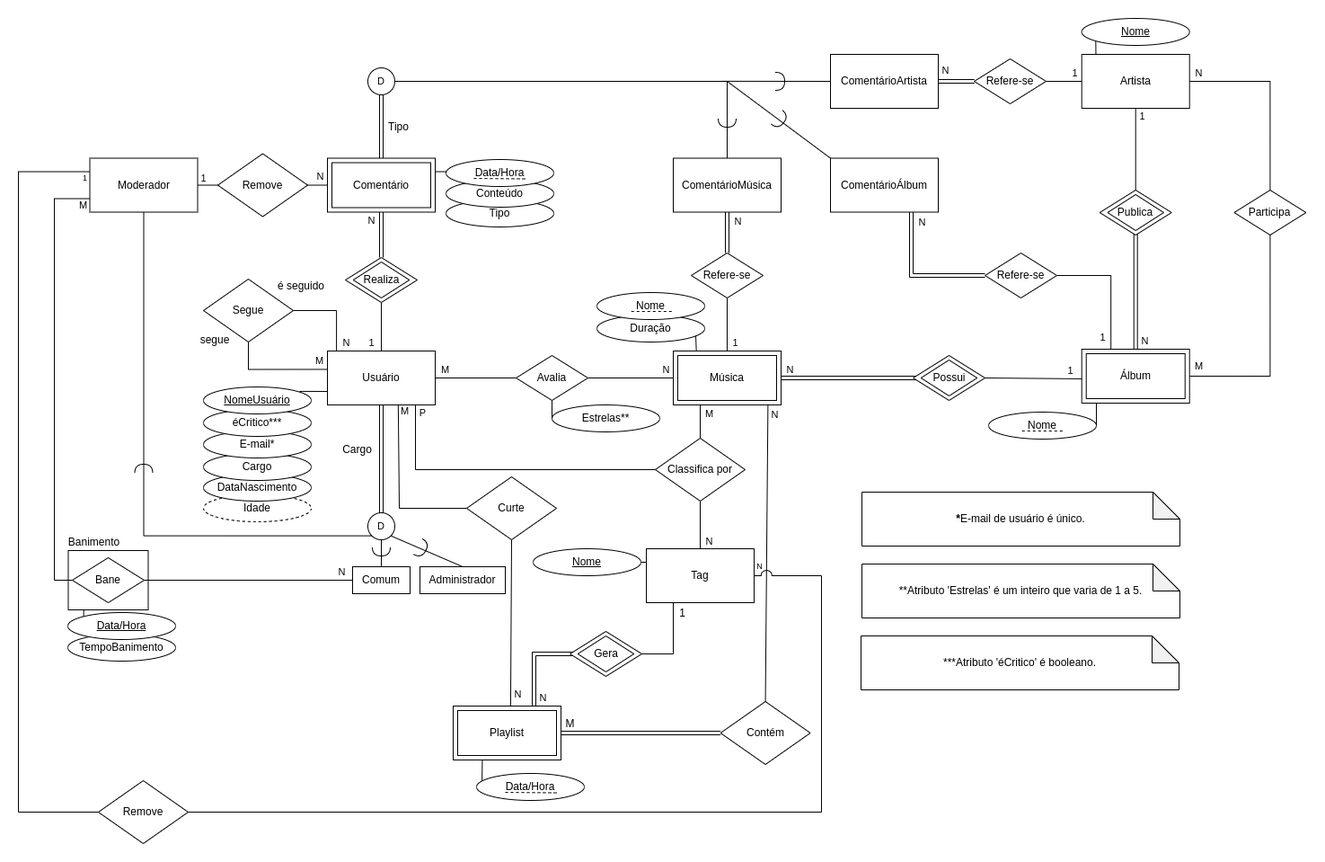
The draw.io diagram Rotten-Lemons-MER.png in natan-dot-com/Rotten-Lemons, before a commit. Source tidied: cells renumbered, new cells last; positions are measured from the earlier drawing's top-left corner, leaving out a move shared by most shapes.
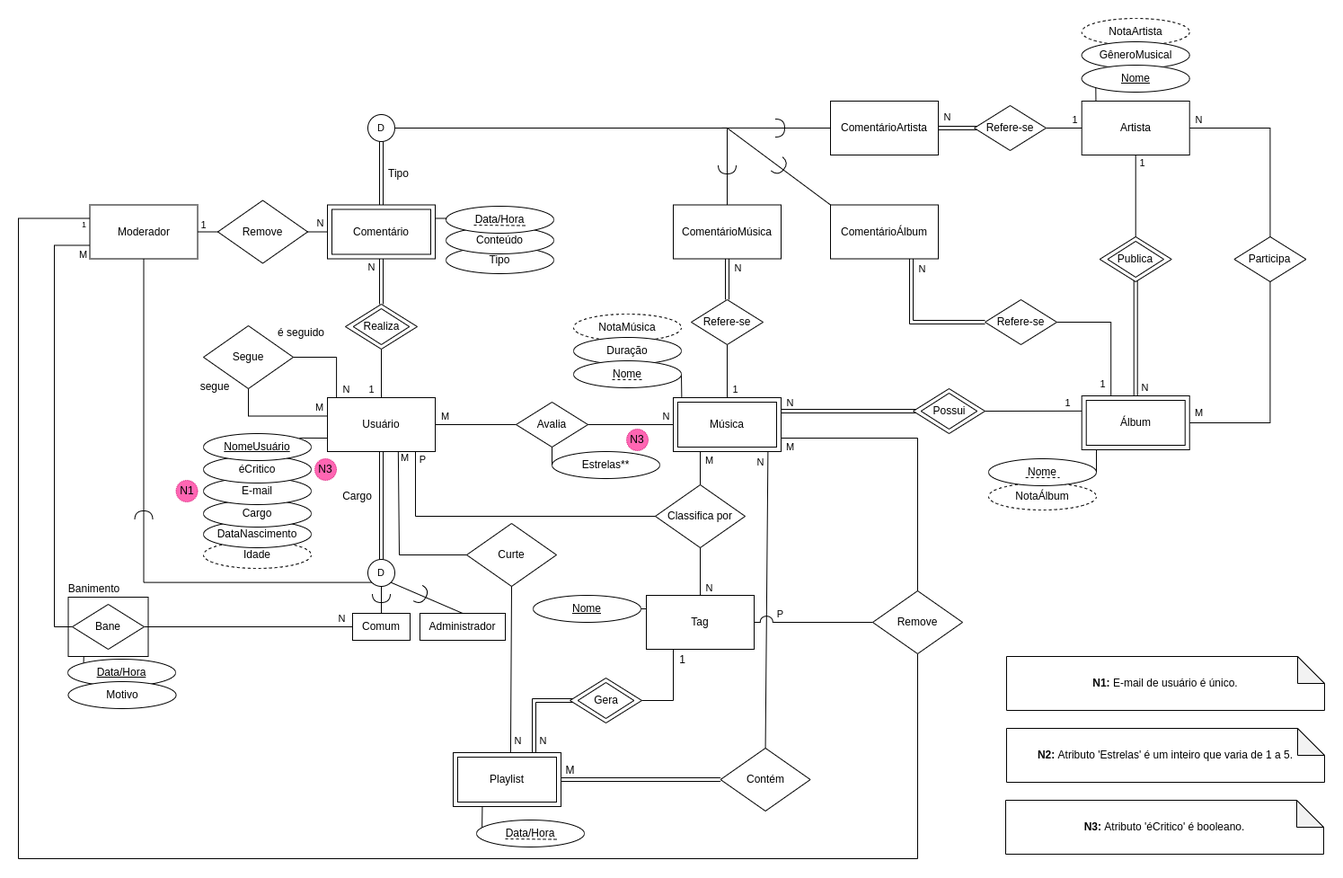
The same file after the commit.

What changed in the source:
```diff
@@ -2,6 +2,18 @@
   <root>
     <mxCell id="0" />
     <mxCell id="1" parent="0" />
+    <mxCell id="160" value="NotaMúsica" style="ellipse;whiteSpace=wrap;html=1;dashed=1;" parent="1" vertex="1">
+      <mxGeometry x="618" y="277" width="120" height="30" as="geometry" />
+    </mxCell>
+    <mxCell id="161" value="&lt;div&gt;NotaÁlbum&lt;/div&gt;" style="ellipse;whiteSpace=wrap;html=1;dashed=1;" parent="1" vertex="1">
+      <mxGeometry x="1080" y="465" width="120" height="30" as="geometry" />
+    </mxCell>
+    <mxCell id="162" value="NotaArtista" style="ellipse;whiteSpace=wrap;html=1;dashed=1;" parent="1" vertex="1">
+      <mxGeometry x="1183.7" y="-52" width="120" height="30" as="geometry" />
+    </mxCell>
+    <mxCell id="163" value="GêneroMusical" style="ellipse;whiteSpace=wrap;html=1;" parent="1" vertex="1">
+      <mxGeometry x="1183.7" y="-26" width="120" height="30" as="geometry" />
+    </mxCell>
     <mxCell id="2" style="rounded=0;jettySize=auto;html=1;entryX=0;entryY=0;entryDx=0;entryDy=0;endArrow=none;endFill=0;exitX=0.194;exitY=0.997;exitDx=0;exitDy=0;exitPerimeter=0;" parent="1" edge="1" source="3" target="159">
       <mxGeometry relative="1" as="geometry" />
     </mxCell>
@@ -25,7 +37,7 @@
     </mxCell>
     <mxCell id="9" value="N" style="edgeLabel;html=1;align=center;verticalAlign=middle;" parent="8" vertex="1">
       <mxGeometry x="-0.9" y="2" relative="1" as="geometry">
-        <mxPoint x="5" y="-1" as="offset" />
+        <mxPoint x="-11" as="offset" />
       </mxGeometry>
     </mxCell>
     <mxCell id="10" value="DataNascimento" style="ellipse;whiteSpace=wrap;html=1;" parent="1" vertex="1">
@@ -40,7 +52,7 @@
     <mxCell id="13" style="rounded=0;whiteSpace=wrap;html=1;glass=0;fontFamily=Helvetica;fontSize=11;fontColor=#000000;strokeWidth=1;fillColor=default;gradientColor=none;strokeColor=none;imageHeight=24;" parent="1" vertex="1">
       <mxGeometry x="639" y="37" width="30" height="6" as="geometry" />
     </mxCell>
-    <mxCell id="14" style="endArrow=none;html=1;rounded=0;entryX=0;entryY=0.5;entryDx=0;entryDy=0;exitX=1;exitY=0.5;exitDx=0;exitDy=0;shape=link;" parent="1" edge="1" source="61" target="45">
+    <mxCell id="14" style="endArrow=none;html=1;rounded=0;entryX=0;entryY=0.5;entryDx=0;entryDy=0;exitX=1;exitY=0.25;exitDx=0;exitDy=0;shape=link;" parent="1" edge="1" source="61" target="45">
       <mxGeometry relative="1" as="geometry" />
     </mxCell>
     <mxCell id="15" value="&lt;div&gt;N&lt;/div&gt;" style="edgeLabel;html=1;align=center;verticalAlign=middle;" parent="14" vertex="1">
@@ -51,13 +63,13 @@
     <mxCell id="16" value="Cargo" style="ellipse;whiteSpace=wrap;html=1;" parent="1" vertex="1">
       <mxGeometry x="206" y="484" width="120" height="30" as="geometry" />
     </mxCell>
-    <mxCell id="17" value="&lt;div&gt;E-mail*&lt;/div&gt;" style="ellipse;whiteSpace=wrap;html=1;" parent="1" vertex="1">
+    <mxCell id="17" value="&lt;div&gt;E-mail&lt;/div&gt;" style="ellipse;whiteSpace=wrap;html=1;" parent="1" vertex="1">
       <mxGeometry x="206" y="459" width="120" height="30" as="geometry" />
     </mxCell>
     <mxCell id="18" value="&lt;div&gt;Usuário&lt;/div&gt;" style="rounded=0;whiteSpace=wrap;html=1;" parent="1" vertex="1">
       <mxGeometry x="344" y="370" width="120" height="60" as="geometry" />
     </mxCell>
-    <mxCell id="19" value="&lt;div&gt;éCritico***&lt;/div&gt;" style="ellipse;whiteSpace=wrap;html=1;" parent="1" vertex="1">
+    <mxCell id="19" value="&lt;div&gt;éCritico&lt;/div&gt;" style="ellipse;whiteSpace=wrap;html=1;" parent="1" vertex="1">
       <mxGeometry x="206" y="435" width="120" height="30" as="geometry" />
     </mxCell>
     <mxCell id="20" value="&lt;u&gt;NomeUsuário&lt;/u&gt;" style="ellipse;whiteSpace=wrap;html=1;" parent="1" vertex="1">
@@ -86,10 +98,13 @@
       </mxGeometry>
     </mxCell>
     <mxCell id="27" value="Duração" style="ellipse;whiteSpace=wrap;html=1;" parent="1" vertex="1">
-      <mxGeometry x="644" y="330" width="120" height="30" as="geometry" />
+      <mxGeometry x="618" y="303" width="120" height="30" as="geometry" />
     </mxCell>
-    <mxCell id="28" style="endArrow=none;html=1;rounded=0;exitX=0.917;exitY=0.767;exitDx=0;exitDy=0;exitPerimeter=0;entryX=0.214;entryY=0.005;entryDx=0;entryDy=0;entryPerimeter=0;" parent="1" edge="1" source="27" target="61">
-      <mxGeometry relative="1" as="geometry" />
+    <mxCell id="28" style="endArrow=none;html=1;rounded=0;" parent="1" edge="1">
+      <mxGeometry relative="1" as="geometry">
+        <mxPoint x="667" y="335" as="sourcePoint" />
+        <mxPoint x="719" y="336" as="targetPoint" />
+      </mxGeometry>
     </mxCell>
     <mxCell id="29" value="&lt;div&gt;Estrelas**&lt;/div&gt;" style="ellipse;whiteSpace=wrap;html=1;" parent="1" vertex="1">
       <mxGeometry x="594" y="430" width="120" height="30" as="geometry" />
@@ -115,20 +130,6 @@
         <mxPoint x="8" y="28" as="offset" />
       </mxGeometry>
     </mxCell>
-    <mxCell id="35" style="edgeStyle=orthogonalEdgeStyle;rounded=0;jettySize=auto;html=1;exitX=1;exitY=0.5;exitDx=0;exitDy=0;entryX=1;entryY=0.5;entryDx=0;entryDy=0;fontSize=12;endArrow=none;endFill=0;jumpStyle=arc;jumpSize=12;" parent="1" edge="1" source="37" target="152">
-      <mxGeometry relative="1" as="geometry">
-        <Array as="points">
-          <mxPoint x="894" y="620" />
-          <mxPoint x="894" y="883" />
-          <mxPoint x="189" y="883" />
-        </Array>
-      </mxGeometry>
-    </mxCell>
-    <mxCell id="36" value="N" style="edgeLabel;html=1;align=center;verticalAlign=middle;fontSize=9;" parent="35" vertex="1">
-      <mxGeometry x="-0.99" y="2" relative="1" as="geometry">
-        <mxPoint x="-2" y="-9" as="offset" />
-      </mxGeometry>
-    </mxCell>
     <mxCell id="37" value="&lt;div&gt;Tag&lt;/div&gt;" style="rounded=0;whiteSpace=wrap;html=1;" parent="1" vertex="1">
       <mxGeometry x="699" y="590" width="120" height="60" as="geometry" />
     </mxCell>
@@ -142,12 +143,10 @@
       <mxGeometry relative="1" as="geometry" />
     </mxCell>
     <mxCell id="41" value="&lt;div&gt;Avalia&lt;/div&gt;" style="rhombus;whiteSpace=wrap;html=1;" parent="1" vertex="1">
-      <mxGeometry x="996" y="375" width="80" height="50" as="geometry" />
+      <mxGeometry x="996" y="360" width="80" height="50" as="geometry" />
     </mxCell>
-    <mxCell id="42" style="endArrow=none;html=1;rounded=0;entryX=0;entryY=0.5;entryDx=0;entryDy=0;exitX=1;exitY=0.5;exitDx=0;exitDy=0;" parent="1" edge="1" source="41">
-      <mxGeometry relative="1" as="geometry">
-        <mxPoint x="1187.4" y="401" as="targetPoint" />
-      </mxGeometry>
+    <mxCell id="42" style="endArrow=none;html=1;rounded=0;exitX=1;exitY=0.5;exitDx=0;exitDy=0;entryX=0.001;entryY=0.281;entryDx=0;entryDy=0;entryPerimeter=0;" parent="1" edge="1" source="41" target="136">
+      <mxGeometry relative="1" as="geometry" />
     </mxCell>
     <mxCell id="43" value="&lt;div&gt;N&lt;/div&gt;" style="edgeLabel;html=1;align=center;verticalAlign=middle;" parent="42" vertex="1">
       <mxGeometry x="0.37" y="1" relative="1" as="geometry">
@@ -160,7 +159,7 @@
       </mxGeometry>
     </mxCell>
     <mxCell id="45" value="&lt;div&gt;Possui&lt;/div&gt;" style="rhombus;whiteSpace=wrap;html=1;" parent="1" vertex="1">
-      <mxGeometry x="1004.8" y="380" width="62.5" height="40" as="geometry" />
+      <mxGeometry x="1004.8" y="365" width="62.5" height="40" as="geometry" />
     </mxCell>
     <mxCell id="46" value="Artista" style="rounded=0;whiteSpace=wrap;html=1;" parent="1" vertex="1">
       <mxGeometry x="1183.7" y="40" width="120" height="60" as="geometry" />
@@ -202,19 +201,10 @@
     </mxCell>
     <mxCell id="56" style="endArrow=none;dashed=1;html=1;rounded=0;" parent="1" edge="1">
       <mxGeometry relative="1" as="geometry">
-        <mxPoint x="1117.3" y="459" as="sourcePoint" />
-        <mxPoint x="1164.7" y="459" as="targetPoint" />
+        <mxPoint x="1121.2" y="459" as="sourcePoint" />
+        <mxPoint x="1158.9" y="459" as="targetPoint" />
       </mxGeometry>
     </mxCell>
-    <mxCell id="57" style="endArrow=none;dashed=1;html=1;rounded=0;" parent="1" edge="1">
-      <mxGeometry relative="1" as="geometry">
-        <mxPoint x="681.6" y="325" as="sourcePoint" />
-        <mxPoint x="729" y="325" as="targetPoint" />
-        <Array as="points">
-          <mxPoint x="696.6" y="325" />
-        </Array>
-      </mxGeometry>
-    </mxCell>
     <mxCell id="58" style="edgeStyle=none;rounded=0;jettySize=auto;html=1;endArrow=none;endFill=0;exitX=0;exitY=0.5;exitDx=0;exitDy=0;" parent="1" edge="1" source="32">
       <mxGeometry relative="1" as="geometry">
         <mxPoint x="442" y="430" as="targetPoint" />
@@ -246,13 +236,16 @@
     <mxCell id="65" value="Publica" style="rhombus;whiteSpace=wrap;html=1;" parent="63" vertex="1">
       <mxGeometry x="8.8" y="5" width="62.5" height="40" as="geometry" />
     </mxCell>
+    <mxCell id="164" style="edgeStyle=orthogonalEdgeStyle;rounded=0;jumpStyle=arc;jumpSize=14;jettySize=auto;html=1;exitX=1;exitY=0.5;exitDx=0;exitDy=0;entryX=0.078;entryY=-0.004;entryDx=0;entryDy=0;entryPerimeter=0;endArrow=none;endFill=0;" parent="1" edge="1" source="66" target="61">
+      <mxGeometry relative="1" as="geometry" />
+    </mxCell>
     <mxCell id="66" value="Nome" style="ellipse;whiteSpace=wrap;html=1;" parent="1" vertex="1">
-      <mxGeometry x="644" y="305" width="120" height="30" as="geometry" />
+      <mxGeometry x="618" y="329" width="120" height="30" as="geometry" />
     </mxCell>
     <mxCell id="67" style="endArrow=none;dashed=1;html=1;rounded=0;" parent="1" edge="1">
       <mxGeometry relative="1" as="geometry">
-        <mxPoint x="682.3" y="326" as="sourcePoint" />
-        <mxPoint x="729.7" y="326" as="targetPoint" />
+        <mxPoint x="661" y="350" as="sourcePoint" />
+        <mxPoint x="695" y="350" as="targetPoint" />
       </mxGeometry>
     </mxCell>
     <mxCell id="68" style="edgeStyle=none;rounded=0;jettySize=auto;html=1;exitX=0.5;exitY=1;exitDx=0;exitDy=0;entryX=0.5;entryY=0;entryDx=0;entryDy=0;labelBackgroundColor=default;fontFamily=Helvetica;fontSize=11;fontColor=#000000;endArrow=none;endFill=0;strokeColor=default;" parent="1" edge="1" source="71" target="74">
@@ -279,8 +272,8 @@
     <mxCell id="75" value="Cargo" style="text;html=1;align=center;verticalAlign=middle;strokeColor=none;fillColor=none;fontSize=12;fontFamily=Helvetica;fontColor=#000000;" parent="1" vertex="1">
       <mxGeometry x="354" y="471" width="45" height="18" as="geometry" />
     </mxCell>
-    <mxCell id="76" value="&lt;div align=&quot;left&quot;&gt;&lt;b&gt;&lt;font style=&quot;font-size: 12px;&quot;&gt;*&lt;/font&gt;&lt;/b&gt;&lt;span&gt;E-mail de usuário é único.&lt;/span&gt;&lt;br&gt;&lt;/div&gt;" style="shape=note;whiteSpace=wrap;html=1;backgroundOutline=1;darkOpacity=0.05;" parent="1" vertex="1">
-      <mxGeometry x="939" y="527" width="354" height="60" as="geometry" />
+    <mxCell id="76" value="&lt;div align=&quot;left&quot;&gt;&lt;b&gt;N1:&amp;nbsp;&lt;/b&gt;E-mail de usuário é único.&lt;br&gt;&lt;/div&gt;" style="shape=note;whiteSpace=wrap;html=1;backgroundOutline=1;darkOpacity=0.05;" parent="1" vertex="1">
+      <mxGeometry x="1100" y="658" width="354" height="60" as="geometry" />
     </mxCell>
     <mxCell id="77" value="&lt;div align=&quot;center&quot;&gt;Curte&lt;/div&gt;" style="rhombus;whiteSpace=wrap;html=1;rounded=0;strokeWidth=1;align=center;" parent="1" vertex="1">
       <mxGeometry x="499" y="510" width="100" height="70" as="geometry" />
@@ -356,7 +349,7 @@
       <mxGeometry x="489" y="770" width="110" height="50" as="geometry" />
     </mxCell>
     <mxCell id="96" value="N" style="endArrow=none;html=1;rounded=0;exitX=0.75;exitY=0;exitDx=0;exitDy=0;entryX=0;entryY=0.5;entryDx=0;entryDy=0;shape=link;edgeStyle=orthogonalEdgeStyle;" parent="1" edge="1" source="94" target="100">
-      <mxGeometry x="-0.83" y="-10" relative="1" as="geometry" />
+      <mxGeometry x="-0.76" y="-10" relative="1" as="geometry" />
     </mxCell>
     <mxCell id="97" style="edgeStyle=orthogonalEdgeStyle;rounded=0;jettySize=auto;html=1;exitX=1;exitY=0.5;exitDx=0;exitDy=0;entryX=0.25;entryY=1;entryDx=0;entryDy=0;fontSize=12;endArrow=none;endFill=0;" parent="1" edge="1" source="99" target="37">
       <mxGeometry relative="1" as="geometry" />
@@ -405,19 +398,20 @@
       <mxGeometry x="444" y="580" width="10" height="20" as="geometry" />
     </mxCell>
     <mxCell id="109" value="M" style="edgeStyle=orthogonalEdgeStyle;rounded=0;jettySize=auto;html=1;exitX=0;exitY=0.75;exitDx=0;exitDy=0;entryX=0;entryY=0.5;entryDx=0;entryDy=0;endArrow=none;endFill=0;strokeWidth=1;" parent="1" edge="1" source="112" target="149">
-      <mxGeometry x="-0.97" y="7" relative="1" as="geometry" />
+      <mxGeometry x="-0.97" y="10" relative="1" as="geometry" />
     </mxCell>
-    <mxCell id="110" style="edgeStyle=orthogonalEdgeStyle;rounded=0;jumpStyle=arc;jettySize=auto;html=1;exitX=0;exitY=0.25;exitDx=0;exitDy=0;entryX=0;entryY=0.5;entryDx=0;entryDy=0;fontSize=12;endArrow=none;endFill=0;" parent="1" edge="1" source="112" target="152">
+    <mxCell id="110" style="edgeStyle=orthogonalEdgeStyle;rounded=0;jumpStyle=arc;jettySize=auto;html=1;exitX=0;exitY=0.25;exitDx=0;exitDy=0;entryX=0.5;entryY=1;entryDx=0;entryDy=0;fontSize=12;endArrow=none;endFill=0;" parent="1" edge="1" source="112" target="152">
       <mxGeometry relative="1" as="geometry">
         <Array as="points">
-          <mxPoint y="170" />
+          <mxPoint y="171" />
           <mxPoint y="883" />
+          <mxPoint x="1001" y="883" />
         </Array>
       </mxGeometry>
     </mxCell>
     <mxCell id="111" value="1" style="edgeLabel;html=1;align=center;verticalAlign=middle;fontSize=9;" parent="110" vertex="1">
       <mxGeometry x="-0.98" y="-1" relative="1" as="geometry">
-        <mxPoint x="2" y="8" as="offset" />
+        <mxPoint x="10" y="8" as="offset" />
       </mxGeometry>
     </mxCell>
     <mxCell id="112" value="&lt;div&gt;Moderador&lt;/div&gt;" style="rounded=0;whiteSpace=wrap;html=1;" parent="1" vertex="1">
@@ -512,7 +506,7 @@
     <mxCell id="139" style="edgeStyle=orthogonalEdgeStyle;rounded=0;jettySize=auto;html=1;entryX=1;entryY=0.5;entryDx=0;entryDy=0;endArrow=none;endFill=0;shape=link;" parent="1" edge="1" source="141" target="131">
       <mxGeometry relative="1" as="geometry" />
     </mxCell>
-    <mxCell id="140" value="N" style="edgeStyle=orthogonalEdgeStyle;shape=link;rounded=0;jettySize=auto;html=1;endArrow=none;endFill=0;" parent="1" edge="1" source="141" target="131">
+    <mxCell id="140" value="N" style="edgeStyle=orthogonalEdgeStyle;shape=link;rounded=0;jettySize=auto;html=1;endArrow=none;endFill=0;exitX=0.112;exitY=0.5;exitDx=0;exitDy=0;exitPerimeter=0;" parent="1" edge="1" source="141" target="131">
       <mxGeometry x="0.6" y="-12" relative="1" as="geometry" />
     </mxCell>
     <mxCell id="141" value="&lt;div&gt;Refere-se&lt;/div&gt;" style="rhombus;whiteSpace=wrap;html=1;" parent="1" vertex="1">
@@ -545,14 +539,22 @@
     <mxCell id="150" value="&lt;font style=&quot;font-size: 11px;&quot;&gt;N&lt;/font&gt;" style="edgeStyle=orthogonalEdgeStyle;rounded=0;jettySize=auto;html=1;exitX=0.5;exitY=1;exitDx=0;exitDy=0;entryX=0.5;entryY=0;entryDx=0;entryDy=0;fontSize=12;endArrow=none;endFill=0;shape=link;" parent="1" edge="1" source="116" target="114">
       <mxGeometry x="-0.62" y="-11" relative="1" as="geometry" />
     </mxCell>
-    <mxCell id="151" value="&lt;div align=&quot;left&quot;&gt;**Atributo 'Estrelas' é um inteiro que varia de 1 a 5.&lt;/div&gt;" style="shape=note;whiteSpace=wrap;html=1;backgroundOutline=1;darkOpacity=0.05;" parent="1" vertex="1">
-      <mxGeometry x="939" y="607" width="354" height="60" as="geometry" />
+    <mxCell id="151" value="&lt;div align=&quot;left&quot;&gt;&lt;b&gt;N2:&lt;/b&gt; Atributo 'Estrelas' é um inteiro que varia de 1 a 5.&lt;/div&gt;" style="shape=note;whiteSpace=wrap;html=1;backgroundOutline=1;darkOpacity=0.05;" parent="1" vertex="1">
+      <mxGeometry x="1100" y="738" width="354" height="60" as="geometry" />
     </mxCell>
+    <mxCell id="165" style="edgeStyle=orthogonalEdgeStyle;rounded=0;jettySize=auto;html=1;exitX=0;exitY=0.5;exitDx=0;exitDy=0;entryX=1;entryY=0.5;entryDx=0;entryDy=0;jumpSize=14;jumpStyle=arc;endArrow=none;endFill=0;" parent="1" edge="1" source="152" target="37">
+      <mxGeometry relative="1" as="geometry" />
+    </mxCell>
+    <mxCell id="166" value="P" style="edgeLabel;html=1;align=center;verticalAlign=middle;" parent="165" vertex="1">
+      <mxGeometry x="-0.21" y="-2" relative="1" as="geometry">
+        <mxPoint x="-52" y="-8" as="offset" />
+      </mxGeometry>
+    </mxCell>
     <mxCell id="152" value="&lt;div align=&quot;center&quot;&gt;Remove&lt;/div&gt;" style="rhombus;whiteSpace=wrap;html=1;rounded=0;strokeWidth=1;align=center;" parent="1" vertex="1">
-      <mxGeometry x="89" y="848" width="100" height="70" as="geometry" />
+      <mxGeometry x="951" y="585" width="100" height="70" as="geometry" />
     </mxCell>
-    <mxCell id="153" value="&lt;div align=&quot;left&quot;&gt;***Atributo 'éCritico' é booleano.&lt;/div&gt;" style="shape=note;whiteSpace=wrap;html=1;backgroundOutline=1;darkOpacity=0.05;" parent="1" vertex="1">
-      <mxGeometry x="938" y="687" width="354" height="60" as="geometry" />
+    <mxCell id="153" value="&lt;div align=&quot;left&quot;&gt;&lt;b&gt;N3:&lt;/b&gt; Atributo 'éCritico' é booleano.&lt;/div&gt;" style="shape=note;whiteSpace=wrap;html=1;backgroundOutline=1;darkOpacity=0.05;" parent="1" vertex="1">
+      <mxGeometry x="1099" y="818" width="354" height="60" as="geometry" />
     </mxCell>
     <mxCell id="154" value="Realiza" style="rhombus;whiteSpace=wrap;html=1;" parent="1" vertex="1">
       <mxGeometry x="372.8" y="271" width="62.5" height="40" as="geometry" />
@@ -572,11 +574,28 @@
     <mxCell id="157" value="Banimento" style="text;html=1;align=center;verticalAlign=middle;strokeColor=none;fillColor=none;" parent="1" vertex="1">
       <mxGeometry x="50" y="573" width="68" height="19" as="geometry" />
     </mxCell>
-    <mxCell id="158" value="TempoBanimento" style="ellipse;whiteSpace=wrap;html=1;" parent="1" vertex="1">
-      <mxGeometry x="55" y="685" width="120" height="30" as="geometry" />
-    </mxCell>
     <mxCell id="159" value="&lt;u&gt;Data/Hora&lt;/u&gt;" style="ellipse;whiteSpace=wrap;html=1;" parent="1" vertex="1">
       <mxGeometry x="55" y="661" width="120" height="30" as="geometry" />
     </mxCell>
+    <mxCell id="167" style="edgeStyle=orthogonalEdgeStyle;rounded=0;jumpStyle=arc;jumpSize=14;jettySize=auto;html=1;exitX=1;exitY=0.75;exitDx=0;exitDy=0;entryX=0.5;entryY=0;entryDx=0;entryDy=0;endArrow=none;endFill=0;" parent="1" edge="1" source="61" target="152">
+      <mxGeometry relative="1" as="geometry" />
+    </mxCell>
+    <mxCell id="168" value="M" style="edgeLabel;html=1;align=center;verticalAlign=middle;" parent="167" vertex="1">
+      <mxGeometry x="-0.74" y="-2" relative="1" as="geometry">
+        <mxPoint x="-33" y="7" as="offset" />
+      </mxGeometry>
+    </mxCell>
+    <mxCell id="169" value="Motivo" style="ellipse;whiteSpace=wrap;html=1;" parent="1" vertex="1">
+      <mxGeometry x="55.5" y="686" width="120" height="30" as="geometry" />
+    </mxCell>
+    <mxCell id="170" value="N1" style="ellipse;whiteSpace=wrap;html=1;dashed=1;dashPattern=1 1;strokeColor=#CC0066;fillColor=#FF66B3;" parent="1" vertex="1">
+      <mxGeometry x="175.5" y="462" width="24" height="24" as="geometry" />
+    </mxCell>
+    <mxCell id="171" value="N3" style="ellipse;whiteSpace=wrap;html=1;dashed=1;dashPattern=1 1;strokeColor=#CC0066;fillColor=#FF66B3;" parent="1" vertex="1">
+      <mxGeometry x="330" y="438" width="24" height="24" as="geometry" />
+    </mxCell>
+    <mxCell id="172" value="N3" style="ellipse;whiteSpace=wrap;html=1;dashed=1;dashPattern=1 1;strokeColor=#CC0066;fillColor=#FF66B3;" parent="1" vertex="1">
+      <mxGeometry x="677" y="405" width="24" height="24" as="geometry" />
+    </mxCell>
   </root>
 </mxGraphModel>
```
